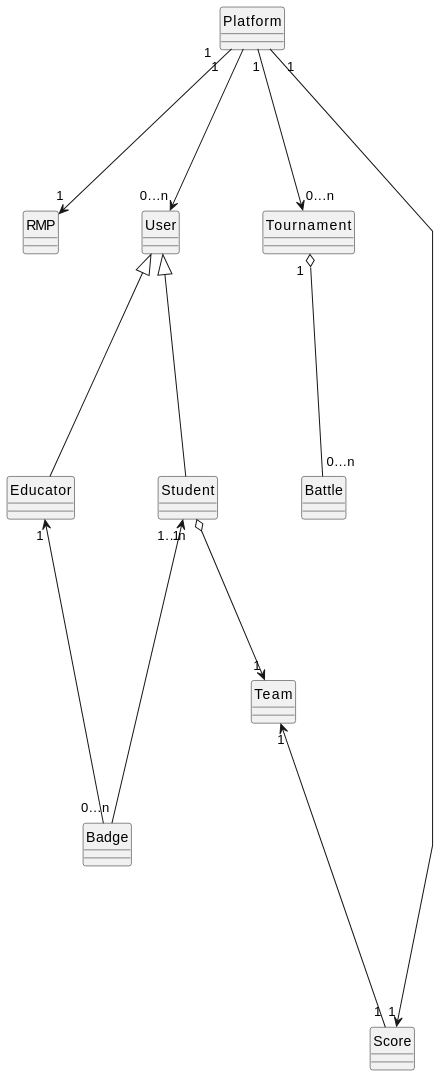
This is _RASD/Images/UML/entityClassDiagram/entityClassDiagram.svg from Angelo7672/SE2_Requirement-and-Design-Document, a PlantUML export, as it was before one commit.
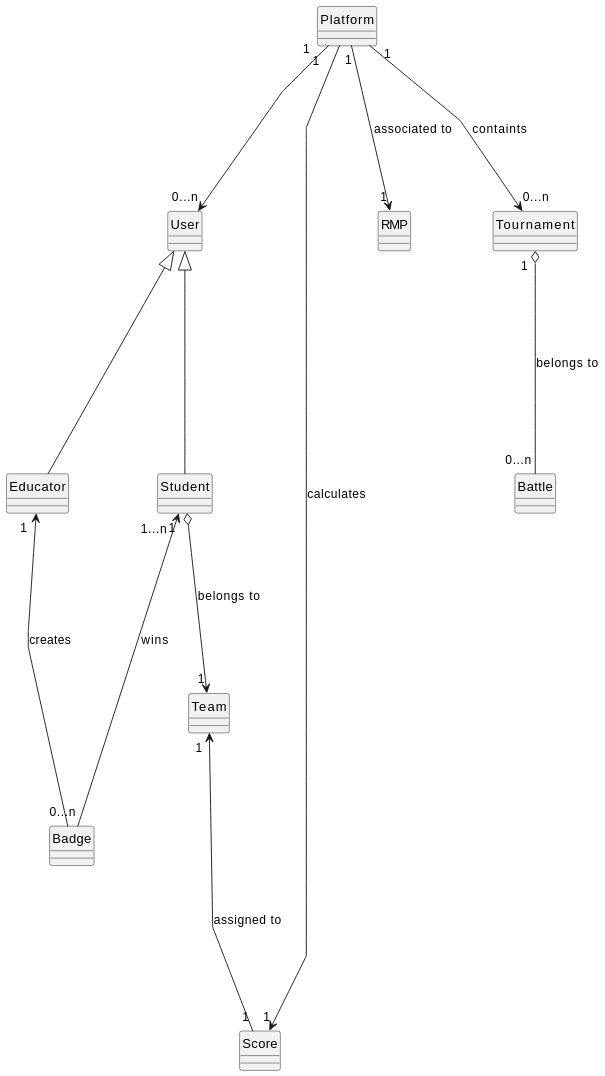
The same diagram one commit later.

Commit message:
Added labels to relations. Updated svg.

Change to the diagram source:
```diff
@@ -15,11 +15,11 @@
 hide Score circle
 hide Team circle
 
-Platform "1" ---> "1" RMP
+Platform "1" ---> "1" RMP : associated to
 
-Platform "1" --d-> "0...n" Tournament
+Platform "1" --d-> "0...n" Tournament : containts
 
-Tournament "1" o--d-- "0...n" Battle
+Tournament "1" o--d-- "0...n" Battle : belongs to
 
 Platform "1" --d-> "0...n" User
 
@@ -27,13 +27,13 @@
 
 User <|--d-- Educator
 
-Badge "0...n" --u--> "1" Student
+Badge "0...n" --u--> "1" Student : wins
 
-Badge --u--> "1" Educator
+Badge --u--> "1" Educator : creates
 
-Score "1" --u--> "1" Team
+Score "1" --u--> "1" Team : assigned to
 
-Student "1...n" o-d--> "1" Team
+Student "1...n" o-d--> "1" Team : belongs to
 
-Platform "1" -d---> "1" Score
+Platform "1" -d---> "1" Score : calculates
 @enduml
```
